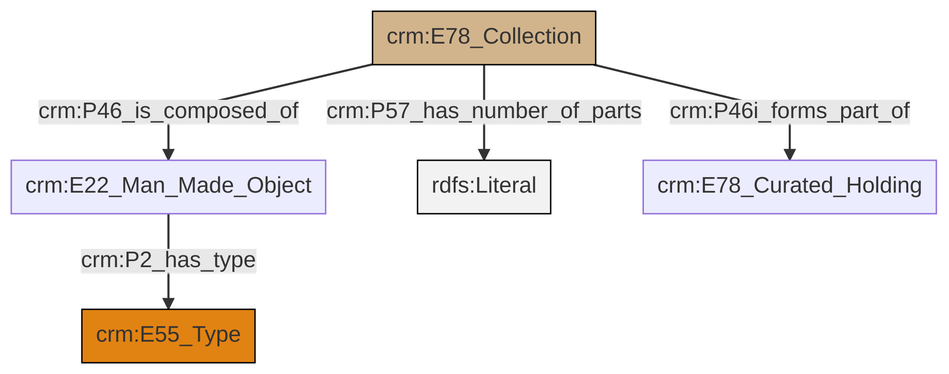
Earlier version of the Mermaid export et/archivalCSV/ttl/mmd/png/archival_parthood.png (swiss-art-research-net/docs.swissartresearch). Its source is kept beside it as et/archivalCSV/ttl/mmd/archival_parthood.ttl.mmd.
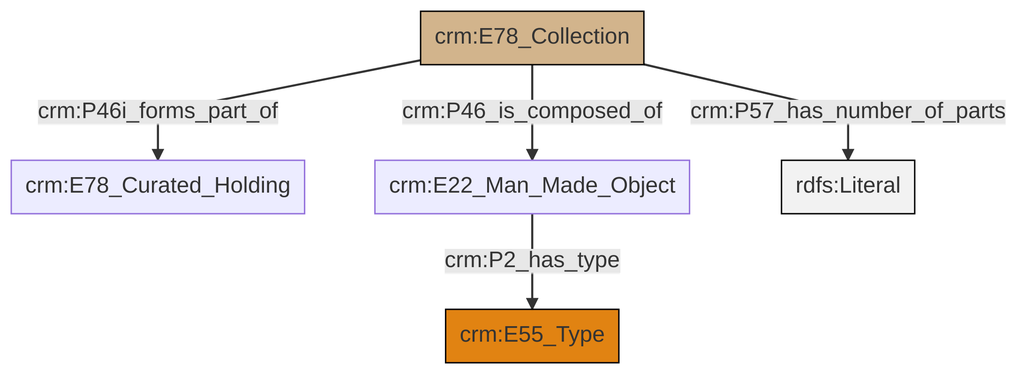
The same diagram one commit later.

Change to the diagram source:
```diff
@@ -13,7 +13,7 @@
 classDef PC_Classes fill:#4ce600, stroke:#000000;
 classDef Multi fill:#cccccc,stroke:#000000;
 
-0["crm:E78_Collection"]:::Physical_Thing -->|crm:P46_is_composed_of| 1["crm:E22_Man_Made_Object"]:::Default
-1["crm:E22_Man_Made_Object"]:::Default -->|crm:P2_has_type| 2["crm:E55_Type"]:::Type
-0["crm:E78_Collection"]:::Physical_Thing -->|crm:P57_has_number_of_parts| 4[rdfs:Literal]:::Literal
-0["crm:E78_Collection"]:::Physical_Thing -->|crm:P46i_forms_part_of| 5["crm:E78_Curated_Holding"]:::Default
+0["crm:E78_Collection"]:::Physical_Thing -->|crm:P46i_forms_part_of| 1["crm:E78_Curated_Holding"]:::Default
+2["crm:E22_Man_Made_Object"]:::Default -->|crm:P2_has_type| 3["crm:E55_Type"]:::Type
+0["crm:E78_Collection"]:::Physical_Thing -->|crm:P57_has_number_of_parts| 6[rdfs:Literal]:::Literal
+0["crm:E78_Collection"]:::Physical_Thing -->|crm:P46_is_composed_of| 2["crm:E22_Man_Made_Object"]:::Default
```
